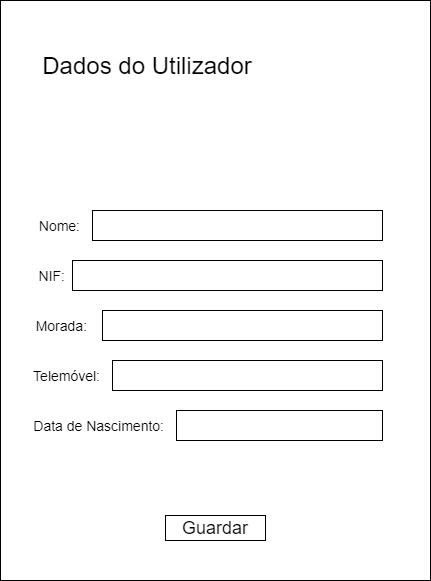
This is Wireframe Android/Alterar Dados do Utilizador.drawio.png from rromao236/Projeto2ano, a draw.io export, as it was before one commit. Source tidied: cells renumbered, new cells last; positions are measured from the earlier drawing's top-left corner, leaving out a move shared by most shapes. Source of this version:
```xml
<mxGraphModel>
  <root>
    <mxCell id="0" />
    <mxCell id="1" parent="0" />
    <mxCell id="2" style="rounded=0;whiteSpace=wrap;html=1;" parent="1" vertex="1">
      <mxGeometry width="430" height="580" as="geometry" />
    </mxCell>
    <mxCell id="3" style="rounded=0;whiteSpace=wrap;html=1;" parent="1" vertex="1">
      <mxGeometry x="92" y="210" width="290" height="30" as="geometry" />
    </mxCell>
    <mxCell id="4" value="Nome:" style="text;html=1;strokeColor=none;fillColor=none;align=right;verticalAlign=middle;whiteSpace=wrap;rounded=0;fontSize=14;" parent="1" vertex="1">
      <mxGeometry x="22" y="210" width="60" height="30" as="geometry" />
    </mxCell>
    <mxCell id="5" value="NIF:" style="text;html=1;strokeColor=none;fillColor=none;align=right;verticalAlign=middle;whiteSpace=wrap;rounded=0;fontSize=14;" parent="1" vertex="1">
      <mxGeometry x="7" y="260" width="60" height="30" as="geometry" />
    </mxCell>
    <mxCell id="6" value="Morada:" style="text;html=1;strokeColor=none;fillColor=none;align=right;verticalAlign=middle;whiteSpace=wrap;rounded=0;fontSize=14;" parent="1" vertex="1">
      <mxGeometry x="29" y="310" width="60" height="30" as="geometry" />
    </mxCell>
    <mxCell id="7" value="Telemóvel:" style="text;html=1;strokeColor=none;fillColor=none;align=right;verticalAlign=middle;whiteSpace=wrap;rounded=0;fontSize=14;" parent="1" vertex="1">
      <mxGeometry x="42" y="360" width="60" height="30" as="geometry" />
    </mxCell>
    <mxCell id="8" value="Data de Nascimento:" style="text;html=1;strokeColor=none;fillColor=none;align=right;verticalAlign=middle;whiteSpace=wrap;rounded=0;fontSize=14;" parent="1" vertex="1">
      <mxGeometry x="32" y="410" width="134" height="30" as="geometry" />
    </mxCell>
    <mxCell id="9" style="rounded=0;whiteSpace=wrap;html=1;" parent="1" vertex="1">
      <mxGeometry x="72" y="260" width="310" height="30" as="geometry" />
    </mxCell>
    <mxCell id="10" style="rounded=0;whiteSpace=wrap;html=1;" parent="1" vertex="1">
      <mxGeometry x="102" y="310" width="280" height="30" as="geometry" />
    </mxCell>
    <mxCell id="11" style="rounded=0;whiteSpace=wrap;html=1;" parent="1" vertex="1">
      <mxGeometry x="112" y="360" width="270" height="30" as="geometry" />
    </mxCell>
    <mxCell id="12" style="rounded=0;whiteSpace=wrap;html=1;" parent="1" vertex="1">
      <mxGeometry x="176" y="410" width="206" height="30" as="geometry" />
    </mxCell>
    <mxCell id="13" value="Dados do Utilizador" style="text;html=1;strokeColor=none;fillColor=none;align=center;verticalAlign=middle;whiteSpace=wrap;rounded=0;fontSize=24;" parent="1" vertex="1">
      <mxGeometry x="22" y="50" width="250" height="30" as="geometry" />
    </mxCell>
    <mxCell id="14" value="Guardar" style="rounded=0;whiteSpace=wrap;html=1;fontSize=18;" parent="1" vertex="1">
      <mxGeometry x="165" y="515" width="100" height="25" as="geometry" />
    </mxCell>
  </root>
</mxGraphModel>
```
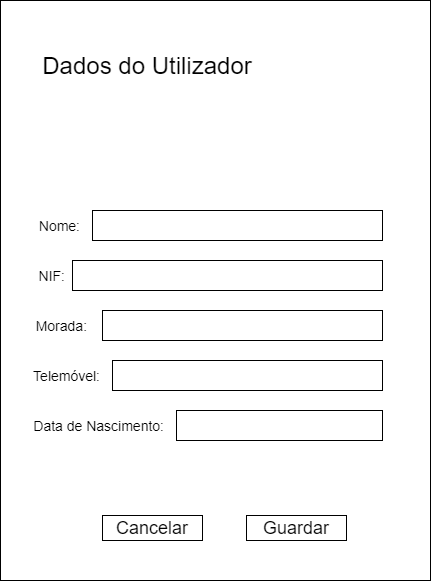
After the change.

The edit, as a diff of the source:
```diff
@@ -39,7 +39,10 @@
       <mxGeometry x="22" y="50" width="250" height="30" as="geometry" />
     </mxCell>
     <mxCell id="14" value="Guardar" style="rounded=0;whiteSpace=wrap;html=1;fontSize=18;" parent="1" vertex="1">
-      <mxGeometry x="165" y="515" width="100" height="25" as="geometry" />
+      <mxGeometry x="246" y="515" width="100" height="25" as="geometry" />
     </mxCell>
+    <mxCell id="15" value="Cancelar" style="rounded=0;whiteSpace=wrap;html=1;fontSize=18;" parent="1" vertex="1">
+      <mxGeometry x="102" y="515" width="100" height="25" as="geometry" />
+    </mxCell>
   </root>
 </mxGraphModel>
```
